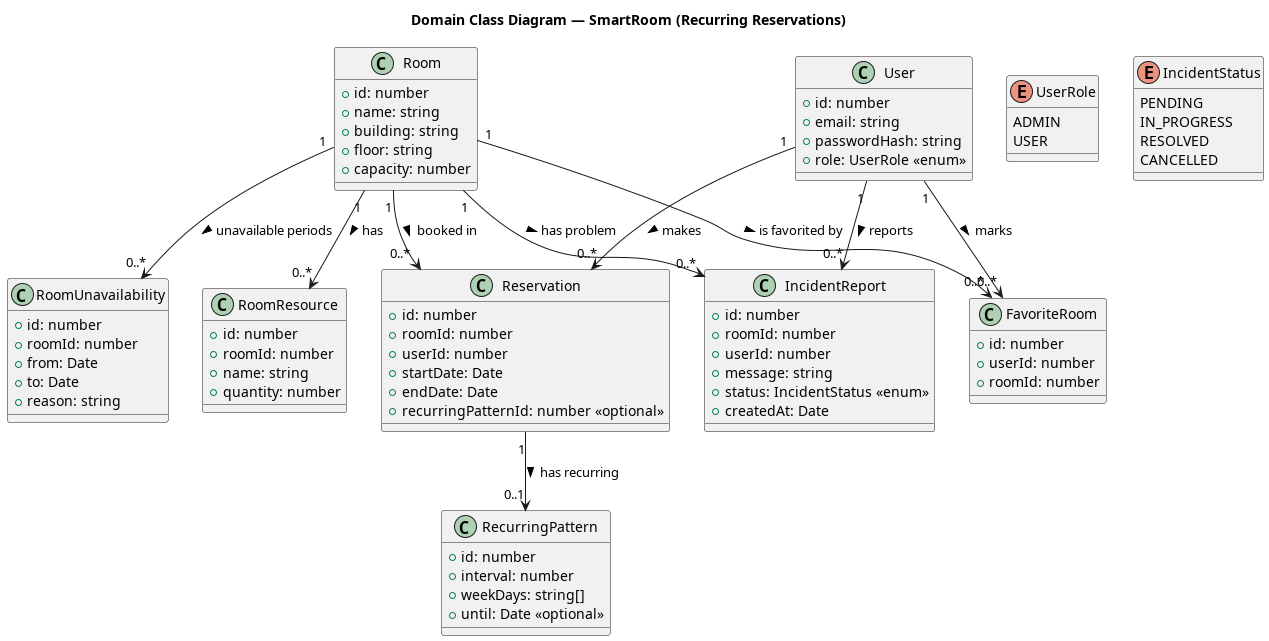
Before: uml-diagrams/out/logical-view/SmartRoom_Classes_Diagram.png, a diagram exported from PlantUML (Antoine-NVE/smart-room).
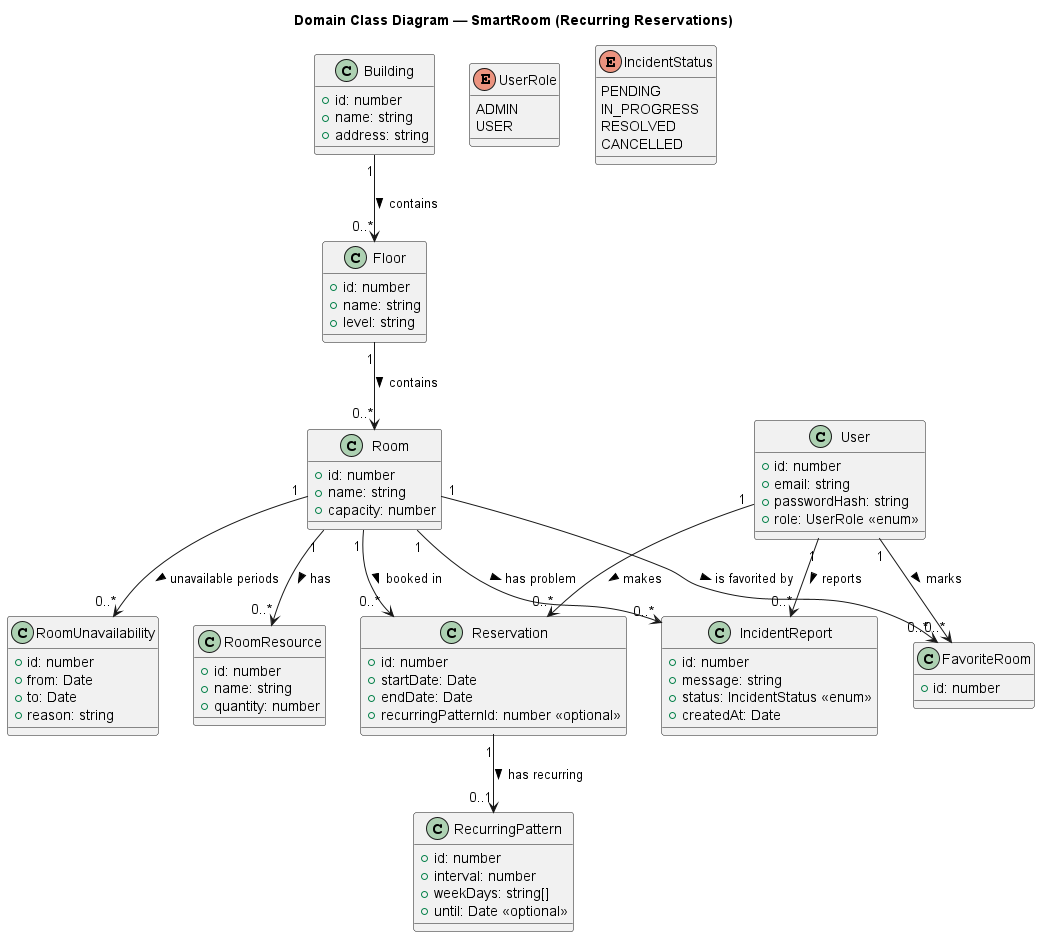
After the change.

Commit message:
docs: update uml diagrams class & usecase + add C4 diagrams

Change to the diagram source:
```diff
@@ -14,25 +14,32 @@
     USER
 }
 
+class Building {
+    +id: number
+    +name: string
+    +address: string
+}
+
+class Floor {
+    +id: number
+    +name: string
+    +level: string
+}
+
 class Room {
     +id: number
     +name: string
-    +building: string
-    +floor: string
     +capacity: number
 }
 
 class RoomResource {
     +id: number
-    +roomId: number
     +name: string
     +quantity: number
 }
 
 class Reservation {
     +id: number
-    +roomId: number
-    +userId: number
     +startDate: Date
     +endDate: Date
     +recurringPatternId: number <<optional>>
@@ -47,8 +54,6 @@
 
 class IncidentReport {
     +id: number
-    +roomId: number
-    +userId: number
     +message: string
     +status: IncidentStatus <<enum>>
     +createdAt: Date
@@ -63,13 +68,10 @@
 
 class FavoriteRoom {
     +id: number
-    +userId: number
-    +roomId: number
 }
 
 class RoomUnavailability {
     +id: number
-    +roomId: number
     +from: Date
     +to: Date
     +reason: string
@@ -80,6 +82,9 @@
 Room "1" --> "0..*" Reservation : booked in >
 
 Room "1" --> "0..*" RoomResource : has >
+
+Floor "1" --> "0..*" Room : contains >
+Building "1" --> "0..*" Floor : contains >
 
 User "1" --> "0..*" FavoriteRoom : marks >
 Room "1" --> "0..*" FavoriteRoom : is favorited by >
```
